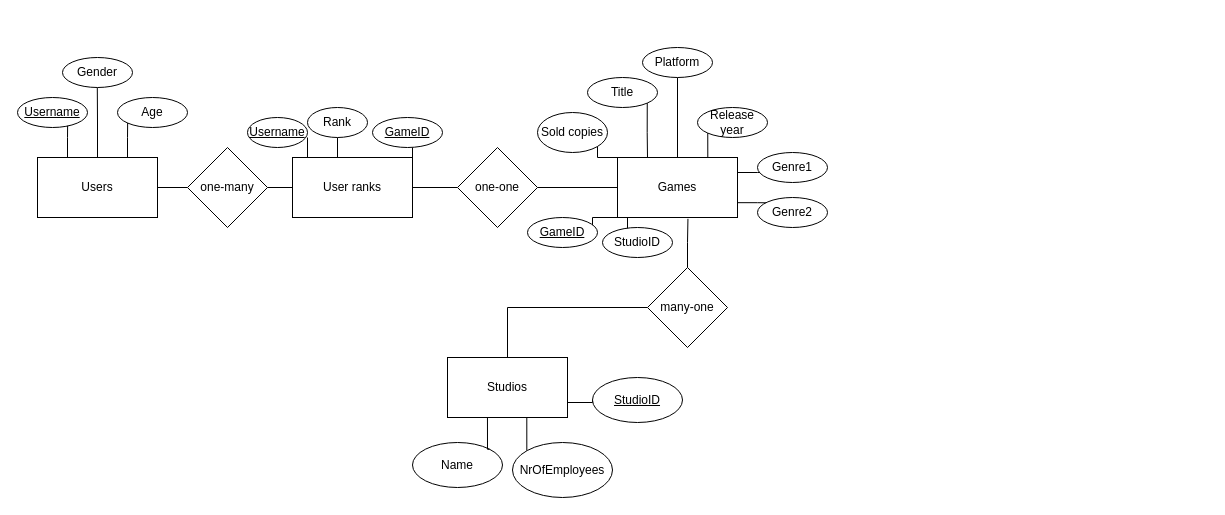
This is GameRatingDB.drawio from Exeboss02/GameRatingDataBase, a draw.io file, before an edit. Source tidied: cells renumbered, new cells numbered last; positions are measured from the earlier drawing's top-left corner, leaving out a move shared by most shapes. Both pictures are drawn from the tidied source at 100%, with x=0, y=0 at pixel (17, 47).
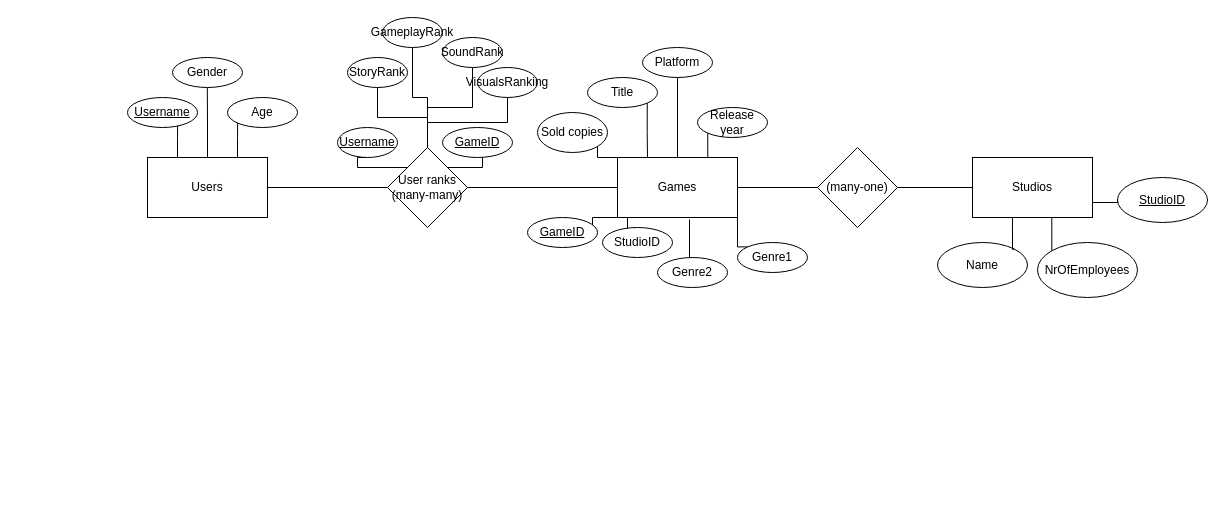
The same diagram, later.

Commit message (it also covers changes not shown here):
added game and studio insert functions in python

The change refers to these unchanged cells:
```xml
<mxCell id="16" value="Games" style="rounded=0;whiteSpace=wrap;html=1;" parent="1" vertex="1">
  <mxGeometry x="600" y="110" width="120" height="60" as="geometry" />
</mxCell>
```

Diff of the diagram source:
```diff
@@
     <mxCell id="2" style="edgeStyle=orthogonalEdgeStyle;rounded=0;jettySize=auto;html=1;exitX=0.25;exitY=0;exitDx=0;exitDy=0;endArrow=none;endFill=0;" parent="1" edge="1" source="5">
       <mxGeometry relative="1" as="geometry">
-        <mxPoint x="50.2" y="70" as="targetPoint" />
+        <mxPoint x="160.2" y="70" as="targetPoint" />
       </mxGeometry>
     </mxCell>
     <mxCell id="3" style="edgeStyle=orthogonalEdgeStyle;rounded=0;jettySize=auto;html=1;exitX=0.5;exitY=0;exitDx=0;exitDy=0;endArrow=none;endFill=0;" parent="1" edge="1" source="5">
       <mxGeometry relative="1" as="geometry">
-        <mxPoint x="79.8" y="40" as="targetPoint" />
+        <mxPoint x="189.8" y="40" as="targetPoint" />
       </mxGeometry>
     </mxCell>
     <mxCell id="4" style="edgeStyle=orthogonalEdgeStyle;rounded=0;jettySize=auto;html=1;exitX=0.75;exitY=0;exitDx=0;exitDy=0;endArrow=none;endFill=0;" parent="1" edge="1" source="5">
       <mxGeometry relative="1" as="geometry">
-        <mxPoint x="110.2" y="70" as="targetPoint" />
+        <mxPoint x="220.2" y="70" as="targetPoint" />
       </mxGeometry>
     </mxCell>
     <mxCell id="5" value="Users" style="rounded=0;whiteSpace=wrap;html=1;" parent="1" vertex="1">
-      <mxGeometry x="20" y="110" width="120" height="60" as="geometry" />
+      <mxGeometry x="130" y="110" width="120" height="60" as="geometry" />
     </mxCell>
@@
-    <mxCell id="11" style="edgeStyle=orthogonalEdgeStyle;rounded=0;jettySize=auto;html=1;endArrow=none;endFill=0;" parent="1" edge="1" source="43" target="23">
-      <mxGeometry relative="1" as="geometry" />
-    </mxCell>
@@
-    <mxCell id="13" style="edgeStyle=orthogonalEdgeStyle;rounded=0;jettySize=auto;html=1;exitX=1;exitY=0.25;exitDx=0;exitDy=0;endArrow=none;endFill=0;" parent="1" edge="1" source="16">
-      <mxGeometry relative="1" as="geometry">
-        <mxPoint x="760" y="125" as="targetPoint" />
-      </mxGeometry>
-    </mxCell>
-    <mxCell id="14" style="edgeStyle=orthogonalEdgeStyle;rounded=0;jettySize=auto;html=1;exitX=0.983;exitY=0.753;exitDx=0;exitDy=0;endArrow=none;endFill=0;exitPerimeter=0;" parent="1" edge="1" source="16">
-      <mxGeometry relative="1" as="geometry">
-        <mxPoint x="760" y="155.4" as="targetPoint" />
-      </mxGeometry>
-    </mxCell>
@@
-    <mxCell id="20" style="edgeStyle=orthogonalEdgeStyle;rounded=0;jettySize=auto;html=1;exitX=0.25;exitY=0;exitDx=0;exitDy=0;endArrow=none;endFill=0;" parent="1" edge="1" source="23">
+    <mxCell id="20" style="edgeStyle=orthogonalEdgeStyle;rounded=0;jettySize=auto;html=1;exitX=0;exitY=0;exitDx=0;exitDy=0;endArrow=none;endFill=0;" parent="1" edge="1" source="38">
       <mxGeometry relative="1" as="geometry">
-        <mxPoint x="290" y="90" as="targetPoint" />
+        <mxPoint x="345" y="90" as="targetPoint" />
       </mxGeometry>
     </mxCell>
-    <mxCell id="21" style="edgeStyle=orthogonalEdgeStyle;rounded=0;jettySize=auto;html=1;exitX=0;exitY=0.5;exitDx=0;exitDy=0;entryX=1;entryY=0.5;entryDx=0;entryDy=0;endArrow=none;endFill=0;" parent="1" edge="1" source="23" target="25">
-      <mxGeometry relative="1" as="geometry" />
-    </mxCell>
-    <mxCell id="22" style="edgeStyle=orthogonalEdgeStyle;rounded=0;jettySize=auto;html=1;exitX=1;exitY=0;exitDx=0;exitDy=0;endArrow=none;endFill=0;" parent="1" edge="1" source="23">
-      <mxGeometry relative="1" as="geometry">
-        <mxPoint x="395" y="100" as="targetPoint" />
-      </mxGeometry>
-    </mxCell>
-    <mxCell id="23" value="User ranks" style="rounded=0;whiteSpace=wrap;html=1;" parent="1" vertex="1">
-      <mxGeometry x="275" y="110" width="120" height="60" as="geometry" />
-    </mxCell>
@@
+    <mxCell id="49" style="edgeStyle=orthogonalEdgeStyle;rounded=0;jettySize=auto;html=1;exitX=1;exitY=0.5;exitDx=0;exitDy=0;entryX=0;entryY=0.5;entryDx=0;entryDy=0;endArrow=none;endFill=0;" parent="1" edge="1" source="25" target="16">
+      <mxGeometry relative="1" as="geometry" />
+    </mxCell>
+    <mxCell id="50" style="edgeStyle=orthogonalEdgeStyle;rounded=0;jettySize=auto;html=1;exitX=0.5;exitY=0;exitDx=0;exitDy=0;entryX=0.5;entryY=1;entryDx=0;entryDy=0;endArrow=none;endFill=0;" parent="1" edge="1" source="25" target="58">
+      <mxGeometry relative="1" as="geometry" />
+    </mxCell>
+    <mxCell id="51" style="edgeStyle=orthogonalEdgeStyle;rounded=0;jettySize=auto;html=1;exitX=0.5;exitY=0;exitDx=0;exitDy=0;entryX=0.5;entryY=1;entryDx=0;entryDy=0;endArrow=none;endFill=0;" parent="1" edge="1" source="25" target="60">
+      <mxGeometry relative="1" as="geometry" />
+    </mxCell>
+    <mxCell id="52" style="edgeStyle=orthogonalEdgeStyle;rounded=0;jettySize=auto;html=1;exitX=0.5;exitY=0;exitDx=0;exitDy=0;entryX=0.5;entryY=1;entryDx=0;entryDy=0;endArrow=none;endFill=0;" parent="1" edge="1" source="25" target="59">
+      <mxGeometry relative="1" as="geometry" />
+    </mxCell>
-    <mxCell id="25" value="one-many" style="rhombus;whiteSpace=wrap;html=1;" parent="1" vertex="1">
-      <mxGeometry x="170" y="100" width="80" height="80" as="geometry" />
+    <mxCell id="25" value="User ranks (many-many)" style="rhombus;whiteSpace=wrap;html=1;" parent="1" vertex="1">
+      <mxGeometry x="370" y="100" width="80" height="80" as="geometry" />
     </mxCell>
-    <mxCell id="26" style="edgeStyle=orthogonalEdgeStyle;rounded=0;jettySize=auto;html=1;endArrow=none;endFill=0;" parent="1" edge="1" source="27" target="23">
-      <mxGeometry relative="1" as="geometry" />
-    </mxCell>
+    <mxCell id="53" style="edgeStyle=orthogonalEdgeStyle;rounded=0;jettySize=auto;html=1;exitX=0.5;exitY=1;exitDx=0;exitDy=0;entryX=0.5;entryY=0;entryDx=0;entryDy=0;endArrow=none;endFill=0;" parent="1" edge="1" source="27" target="25">
+      <mxGeometry relative="1" as="geometry" />
+    </mxCell>
-    <mxCell id="27" value="Rank" style="ellipse;whiteSpace=wrap;html=1;" parent="1" vertex="1">
-      <mxGeometry x="290" y="60" width="60" height="30" as="geometry" />
+    <mxCell id="27" value="StoryRank" style="ellipse;whiteSpace=wrap;html=1;" parent="1" vertex="1">
+      <mxGeometry x="330" y="10" width="60" height="30" as="geometry" />
     </mxCell>
     <mxCell id="28" value="&lt;u&gt;Username&lt;/u&gt;" style="ellipse;whiteSpace=wrap;html=1;" parent="1" vertex="1">
-      <mxGeometry y="50" width="70" height="30" as="geometry" />
+      <mxGeometry x="110" y="50" width="70" height="30" as="geometry" />
     </mxCell>
     <mxCell id="29" value="Gender" style="ellipse;whiteSpace=wrap;html=1;" parent="1" vertex="1">
-      <mxGeometry x="45" y="10" width="70" height="30" as="geometry" />
+      <mxGeometry x="155" y="10" width="70" height="30" as="geometry" />
     </mxCell>
     <mxCell id="30" value="Age" style="ellipse;whiteSpace=wrap;html=1;" parent="1" vertex="1">
-      <mxGeometry x="100" y="50" width="70" height="30" as="geometry" />
+      <mxGeometry x="210" y="50" width="70" height="30" as="geometry" />
     </mxCell>
@@
+    <mxCell id="45" style="edgeStyle=orthogonalEdgeStyle;rounded=0;jettySize=auto;html=1;exitX=0;exitY=0.5;exitDx=0;exitDy=0;entryX=1;entryY=0.5;entryDx=0;entryDy=0;endArrow=none;endFill=0;" parent="1" edge="1" source="35" target="16">
+      <mxGeometry relative="1" as="geometry" />
+    </mxCell>
     <mxCell id="33" value="Studios" style="rounded=0;whiteSpace=wrap;html=1;" parent="1" vertex="1">
-      <mxGeometry x="430" y="310" width="120" height="60" as="geometry" />
+      <mxGeometry x="955" y="110" width="120" height="60" as="geometry" />
     </mxCell>
-    <mxCell id="34" style="edgeStyle=orthogonalEdgeStyle;rounded=0;jettySize=auto;html=1;exitX=0.5;exitY=0;exitDx=0;exitDy=0;entryX=0;entryY=0.5;entryDx=0;entryDy=0;endArrow=none;endFill=0;" parent="1" edge="1" source="33" target="35">
-      <mxGeometry relative="1" as="geometry" />
-    </mxCell>
-    <mxCell id="35" value="many-one" style="rhombus;whiteSpace=wrap;html=1;" parent="1" vertex="1">
-      <mxGeometry x="630" y="220" width="80" height="80" as="geometry" />
-    </mxCell>
     <mxCell id="36" value="NrOfEmployees" style="ellipse;whiteSpace=wrap;html=1;" parent="1" vertex="1">
-      <mxGeometry x="495" y="395" width="100" height="55" as="geometry" />
+      <mxGeometry x="1020" y="195" width="100" height="55" as="geometry" />
     </mxCell>
@@
-    <mxCell id="38" value="&lt;div&gt;&lt;u&gt;Username&lt;/u&gt;&lt;/div&gt;" style="ellipse;whiteSpace=wrap;html=1;" parent="1" vertex="1">
-      <mxGeometry x="230" y="70" width="60" height="30" as="geometry" />
-    </mxCell>
     <mxCell id="39" value="&lt;u&gt;StudioID&lt;/u&gt;" style="ellipse;whiteSpace=wrap;html=1;" parent="1" vertex="1">
-      <mxGeometry x="575" y="330" width="90" height="45" as="geometry" />
+      <mxGeometry x="1100" y="130" width="90" height="45" as="geometry" />
     </mxCell>
     <mxCell id="40" value="Name" style="ellipse;whiteSpace=wrap;html=1;" parent="1" vertex="1">
-      <mxGeometry x="395" y="395" width="90" height="45" as="geometry" />
+      <mxGeometry x="920" y="195" width="90" height="45" as="geometry" />
     </mxCell>
@@
-    <mxCell id="42" style="edgeStyle=orthogonalEdgeStyle;rounded=0;jettySize=auto;html=1;endArrow=none;endFill=0;entryX=1;entryY=0.5;entryDx=0;entryDy=0;" parent="1" edge="1" source="16" target="43">
-      <mxGeometry relative="1" as="geometry" />
-    </mxCell>
-    <mxCell id="43" value="one-one" style="rhombus;whiteSpace=wrap;html=1;" parent="1" vertex="1">
-      <mxGeometry x="440" y="100" width="80" height="80" as="geometry" />
-    </mxCell>
+    <mxCell id="54" style="edgeStyle=orthogonalEdgeStyle;rounded=0;jettySize=auto;html=1;exitX=0;exitY=1;exitDx=0;exitDy=0;entryX=1;entryY=0;entryDx=0;entryDy=0;endArrow=none;endFill=0;" parent="1" edge="1" source="44" target="25">
+      <mxGeometry relative="1" as="geometry">
+        <Array as="points">
+          <mxPoint x="465" y="120" />
+        </Array>
+      </mxGeometry>
+    </mxCell>
     <mxCell id="44" value="&lt;u&gt;GameID&lt;/u&gt;" style="ellipse;whiteSpace=wrap;html=1;" parent="1" vertex="1">
-      <mxGeometry x="355" y="70" width="70" height="30" as="geometry" />
+      <mxGeometry x="425" y="80" width="70" height="30" as="geometry" />
     </mxCell>
-    <mxCell id="45" style="edgeStyle=orthogonalEdgeStyle;rounded=0;jettySize=auto;html=1;exitX=0.5;exitY=0;exitDx=0;exitDy=0;entryX=0.587;entryY=1.022;entryDx=0;entryDy=0;entryPerimeter=0;endArrow=none;endFill=0;" parent="1" edge="1" source="35" target="16">
-      <mxGeometry relative="1" as="geometry" />
-    </mxCell>
     <mxCell id="46" value="Genre2" style="ellipse;whiteSpace=wrap;html=1;" parent="1" vertex="1">
-      <mxGeometry x="740" y="150" width="70" height="30" as="geometry" />
+      <mxGeometry x="640" y="210" width="70" height="30" as="geometry" />
     </mxCell>
+    <mxCell id="55" style="edgeStyle=orthogonalEdgeStyle;rounded=0;jettySize=auto;html=1;exitX=0;exitY=0;exitDx=0;exitDy=0;entryX=1;entryY=1;entryDx=0;entryDy=0;endArrow=none;endFill=0;" parent="1" edge="1" source="47" target="16">
+      <mxGeometry relative="1" as="geometry" />
+    </mxCell>
     <mxCell id="47" value="Genre1" style="ellipse;whiteSpace=wrap;html=1;" parent="1" vertex="1">
-      <mxGeometry x="740" y="105" width="70" height="30" as="geometry" />
+      <mxGeometry x="720" y="195" width="70" height="30" as="geometry" />
     </mxCell>
@@
+    <mxCell id="56" style="edgeStyle=orthogonalEdgeStyle;rounded=0;jettySize=auto;html=1;exitX=0.5;exitY=1;exitDx=0;exitDy=0;entryX=0;entryY=0;entryDx=0;entryDy=0;endArrow=none;endFill=0;" parent="1" edge="1" source="38" target="25">
+      <mxGeometry relative="1" as="geometry">
+        <Array as="points">
+          <mxPoint x="340" y="120" />
+        </Array>
+      </mxGeometry>
+    </mxCell>
+    <mxCell id="38" value="&lt;div&gt;&lt;u&gt;Username&lt;/u&gt;&lt;/div&gt;" style="ellipse;whiteSpace=wrap;html=1;" parent="1" vertex="1">
+      <mxGeometry x="320" y="80" width="60" height="30" as="geometry" />
+    </mxCell>
+    <mxCell id="57" style="edgeStyle=orthogonalEdgeStyle;rounded=0;jettySize=auto;html=1;exitX=0.5;exitY=0;exitDx=0;exitDy=0;entryX=0.6;entryY=1.033;entryDx=0;entryDy=0;entryPerimeter=0;endArrow=none;endFill=0;" parent="1" edge="1" source="46" target="16">
+      <mxGeometry relative="1" as="geometry" />
+    </mxCell>
+    <mxCell id="58" value="GameplayRank" style="ellipse;whiteSpace=wrap;html=1;" parent="1" vertex="1">
+      <mxGeometry x="365" y="-30" width="60" height="30" as="geometry" />
+    </mxCell>
+    <mxCell id="59" value="VisualsRanking" style="ellipse;whiteSpace=wrap;html=1;" parent="1" vertex="1">
+      <mxGeometry x="460" y="20" width="60" height="30" as="geometry" />
+    </mxCell>
+    <mxCell id="60" value="SoundRank" style="ellipse;whiteSpace=wrap;html=1;" parent="1" vertex="1">
+      <mxGeometry x="425" y="-10" width="60" height="30" as="geometry" />
+    </mxCell>
+    <mxCell id="34" style="edgeStyle=orthogonalEdgeStyle;rounded=0;jettySize=auto;html=1;exitX=0;exitY=0.5;exitDx=0;exitDy=0;entryX=1;entryY=0.5;entryDx=0;entryDy=0;endArrow=none;endFill=0;" parent="1" edge="1" source="33" target="35">
+      <mxGeometry relative="1" as="geometry" />
+    </mxCell>
+    <mxCell id="35" value="(many-one)" style="rhombus;whiteSpace=wrap;html=1;" parent="1" vertex="1">
+      <mxGeometry x="800" y="100" width="80" height="80" as="geometry" />
+    </mxCell>
```
